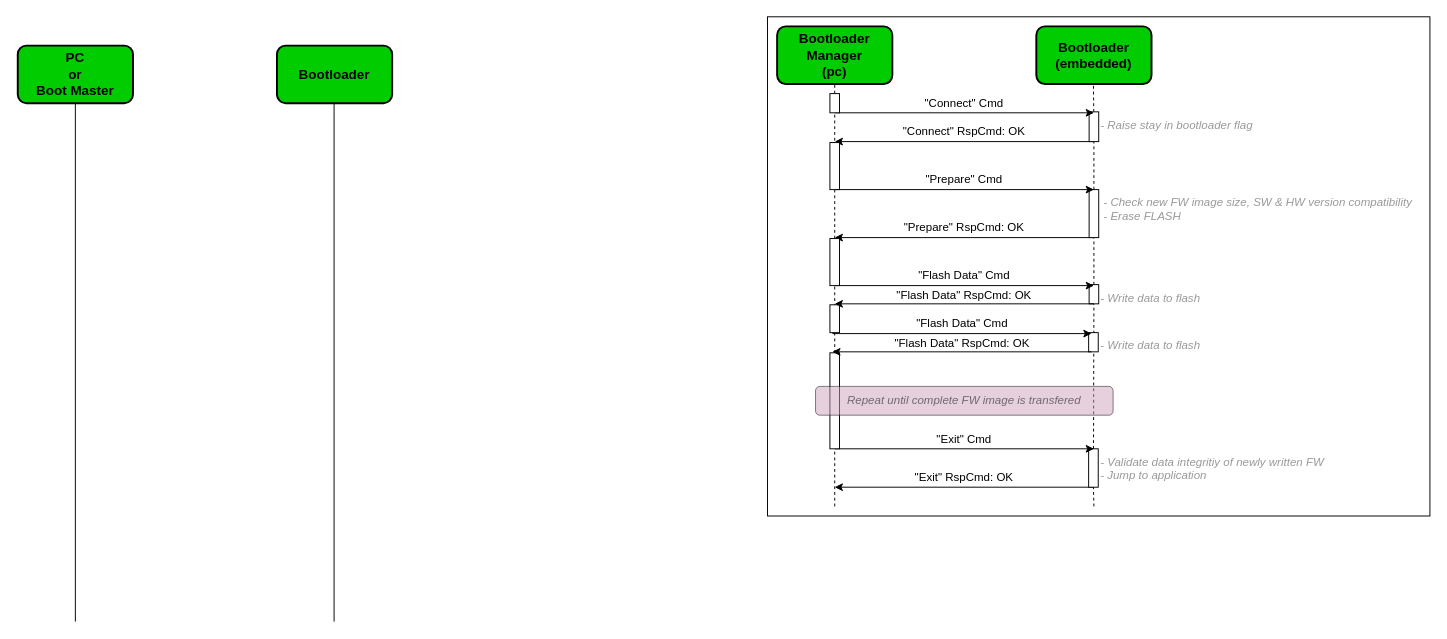
Earlier version of the draw.io diagram page "Sequence Diagrams" (2 of 5) of doc/Bootloader_Drawings.drawio (GeneralEmbeddedCLibraries/boot). Source tidied: cells renumbered, new cells numbered last; positions are measured from the earlier drawing's top-left corner, leaving out a move shared by most shapes. Both pictures are drawn from the tidied source at 96%, with x=0, y=0 at pixel (17, 16).
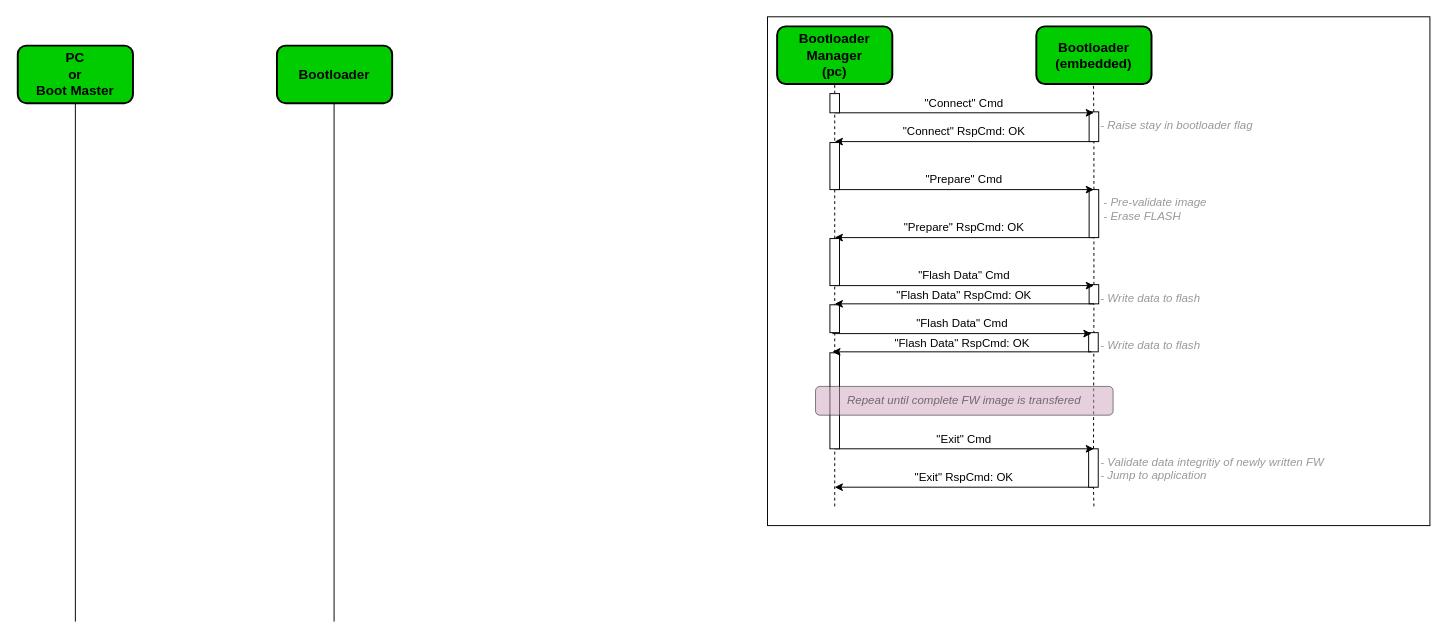
Above is the later version.

Diff of the diagram source:
```diff
@@
     <mxCell id="2" style="rounded=0;whiteSpace=wrap;html=1;" parent="1" vertex="1">
-      <mxGeometry x="781" width="690" height="520" as="geometry" />
+      <mxGeometry x="781" width="690" height="530" as="geometry" />
     </mxCell>
@@
-    <mxCell id="21" value="&amp;nbsp;- Check new FW image size, SW &amp;amp; HW version compatibility&lt;br&gt;&amp;nbsp;- Erase FLASH" style="text;html=1;strokeColor=none;fillColor=none;align=left;verticalAlign=top;whiteSpace=wrap;rounded=0;fontStyle=2;fontColor=#999999;" parent="1" vertex="1">
+    <mxCell id="21" value="&amp;nbsp;- Pre-validate image&lt;br&gt;&amp;nbsp;- Erase FLASH" style="text;html=1;strokeColor=none;fillColor=none;align=left;verticalAlign=top;whiteSpace=wrap;rounded=0;fontStyle=2;fontColor=#999999;" parent="1" vertex="1">
       <mxGeometry x="1126" y="180" width="334" height="50" as="geometry" />
     </mxCell>
```
